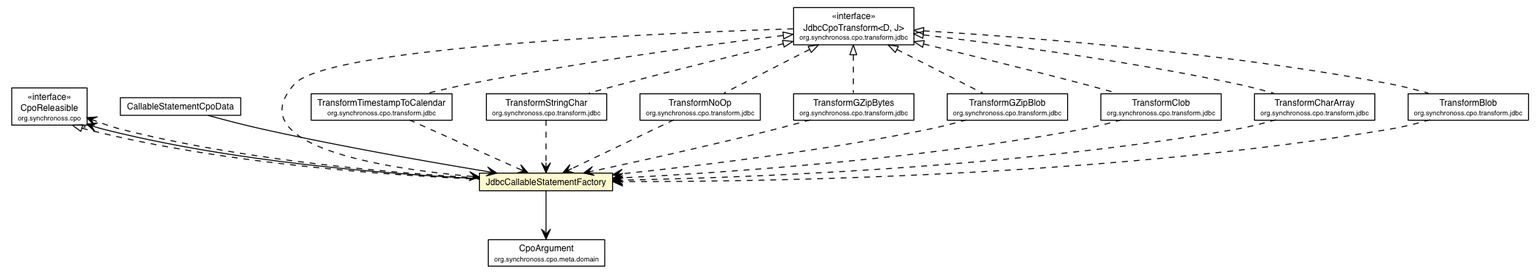
synchronoss/cpo-api keeps this Graphviz diagram as site/apidocs/org/synchronoss/cpo/jdbc/JdbcCallableStatementFactory.png. Above is the earlier version. Its source is kept beside it as site/apidocs/org/synchronoss/cpo/jdbc/JdbcCallableStatementFactory.dot. Its diagram source:
```dot

digraph G {
	edge [fontname="Helvetica",fontsize=10,labelfontname="Helvetica",labelfontsize=10];
	node [fontname="Helvetica",fontsize=10,shape=plaintext];
	c34918 [label=<<table border="0" cellborder="1" cellspacing="0" cellpadding="2" port="p" href="../CpoReleasible.html">
		<tr><td><table border="0" cellspacing="0" cellpadding="1">
			<tr><td> &laquo;interface&raquo; </td></tr>
			<tr><td> CpoReleasible </td></tr>
			<tr><td><font point-size="7.0"> org.synchronoss.cpo </font></td></tr>
		</table></td></tr>
		</table>>, fontname="Helvetica", fontcolor="black", fontsize=9.0];
	c34968 [label=<<table border="0" cellborder="1" cellspacing="0" cellpadding="2" port="p" href="../meta/domain/CpoArgument.html">
		<tr><td><table border="0" cellspacing="0" cellpadding="1">
			<tr><td> CpoArgument </td></tr>
			<tr><td><font point-size="7.0"> org.synchronoss.cpo.meta.domain </font></td></tr>
		</table></td></tr>
		</table>>, fontname="Helvetica", fontcolor="black", fontsize=9.0];
	c35033 [label=<<table border="0" cellborder="1" cellspacing="0" cellpadding="2" port="p" bgcolor="lemonChiffon" href="./JdbcCallableStatementFactory.html">
		<tr><td><table border="0" cellspacing="0" cellpadding="1">
			<tr><td> JdbcCallableStatementFactory </td></tr>
		</table></td></tr>
		</table>>, fontname="Helvetica", fontcolor="black", fontsize=9.0];
	c35036 [label=<<table border="0" cellborder="1" cellspacing="0" cellpadding="2" port="p" href="./CallableStatementCpoData.html">
		<tr><td><table border="0" cellspacing="0" cellpadding="1">
			<tr><td> CallableStatementCpoData </td></tr>
		</table></td></tr>
		</table>>, fontname="Helvetica", fontcolor="black", fontsize=9.0];
	c35045 [label=<<table border="0" cellborder="1" cellspacing="0" cellpadding="2" port="p" href="../transform/jdbc/TransformTimestampToCalendar.html">
		<tr><td><table border="0" cellspacing="0" cellpadding="1">
			<tr><td> TransformTimestampToCalendar </td></tr>
			<tr><td><font point-size="7.0"> org.synchronoss.cpo.transform.jdbc </font></td></tr>
		</table></td></tr>
		</table>>, fontname="Helvetica", fontcolor="black", fontsize=9.0];
	c35046 [label=<<table border="0" cellborder="1" cellspacing="0" cellpadding="2" port="p" href="../transform/jdbc/TransformStringChar.html">
		<tr><td><table border="0" cellspacing="0" cellpadding="1">
			<tr><td> TransformStringChar </td></tr>
			<tr><td><font point-size="7.0"> org.synchronoss.cpo.transform.jdbc </font></td></tr>
		</table></td></tr>
		</table>>, fontname="Helvetica", fontcolor="black", fontsize=9.0];
	c35047 [label=<<table border="0" cellborder="1" cellspacing="0" cellpadding="2" port="p" href="../transform/jdbc/TransformNoOp.html">
		<tr><td><table border="0" cellspacing="0" cellpadding="1">
			<tr><td> TransformNoOp </td></tr>
			<tr><td><font point-size="7.0"> org.synchronoss.cpo.transform.jdbc </font></td></tr>
		</table></td></tr>
		</table>>, fontname="Helvetica", fontcolor="black", fontsize=9.0];
	c35048 [label=<<table border="0" cellborder="1" cellspacing="0" cellpadding="2" port="p" href="../transform/jdbc/TransformGZipBytes.html">
		<tr><td><table border="0" cellspacing="0" cellpadding="1">
			<tr><td> TransformGZipBytes </td></tr>
			<tr><td><font point-size="7.0"> org.synchronoss.cpo.transform.jdbc </font></td></tr>
		</table></td></tr>
		</table>>, fontname="Helvetica", fontcolor="black", fontsize=9.0];
	c35049 [label=<<table border="0" cellborder="1" cellspacing="0" cellpadding="2" port="p" href="../transform/jdbc/TransformGZipBlob.html">
		<tr><td><table border="0" cellspacing="0" cellpadding="1">
			<tr><td> TransformGZipBlob </td></tr>
			<tr><td><font point-size="7.0"> org.synchronoss.cpo.transform.jdbc </font></td></tr>
		</table></td></tr>
		</table>>, fontname="Helvetica", fontcolor="black", fontsize=9.0];
	c35050 [label=<<table border="0" cellborder="1" cellspacing="0" cellpadding="2" port="p" href="../transform/jdbc/TransformClob.html">
		<tr><td><table border="0" cellspacing="0" cellpadding="1">
			<tr><td> TransformClob </td></tr>
			<tr><td><font point-size="7.0"> org.synchronoss.cpo.transform.jdbc </font></td></tr>
		</table></td></tr>
		</table>>, fontname="Helvetica", fontcolor="black", fontsize=9.0];
	c35051 [label=<<table border="0" cellborder="1" cellspacing="0" cellpadding="2" port="p" href="../transform/jdbc/TransformCharArray.html">
		<tr><td><table border="0" cellspacing="0" cellpadding="1">
			<tr><td> TransformCharArray </td></tr>
			<tr><td><font point-size="7.0"> org.synchronoss.cpo.transform.jdbc </font></td></tr>
		</table></td></tr>
		</table>>, fontname="Helvetica", fontcolor="black", fontsize=9.0];
	c35052 [label=<<table border="0" cellborder="1" cellspacing="0" cellpadding="2" port="p" href="../transform/jdbc/TransformBlob.html">
		<tr><td><table border="0" cellspacing="0" cellpadding="1">
			<tr><td> TransformBlob </td></tr>
			<tr><td><font point-size="7.0"> org.synchronoss.cpo.transform.jdbc </font></td></tr>
		</table></td></tr>
		</table>>, fontname="Helvetica", fontcolor="black", fontsize=9.0];
	c35055 [label=<<table border="0" cellborder="1" cellspacing="0" cellpadding="2" port="p" href="../transform/jdbc/JdbcCpoTransform.html">
		<tr><td><table border="0" cellspacing="0" cellpadding="1">
			<tr><td> &laquo;interface&raquo; </td></tr>
			<tr><td> JdbcCpoTransform&lt;D, J&gt; </td></tr>
			<tr><td><font point-size="7.0"> org.synchronoss.cpo.transform.jdbc </font></td></tr>
		</table></td></tr>
		</table>>, fontname="Helvetica", fontcolor="black", fontsize=9.0];
	c34918:p -> c35033:p [dir=back,arrowtail=empty,style=dashed];
	c35055:p -> c35045:p [dir=back,arrowtail=empty,style=dashed];
	c35055:p -> c35046:p [dir=back,arrowtail=empty,style=dashed];
	c35055:p -> c35047:p [dir=back,arrowtail=empty,style=dashed];
	c35055:p -> c35048:p [dir=back,arrowtail=empty,style=dashed];
	c35055:p -> c35049:p [dir=back,arrowtail=empty,style=dashed];
	c35055:p -> c35050:p [dir=back,arrowtail=empty,style=dashed];
	c35055:p -> c35051:p [dir=back,arrowtail=empty,style=dashed];
	c35055:p -> c35052:p [dir=back,arrowtail=empty,style=dashed];
	c35033:p -> c34918:p [taillabel="", label="", headlabel="*", fontname="Helvetica", fontcolor="black", fontsize=10.0, color="black", arrowhead=open];
	c35033:p -> c34968:p [taillabel="", label="", headlabel="*", fontname="Helvetica", fontcolor="black", fontsize=10.0, color="black", arrowhead=open];
	c35036:p -> c35033:p [taillabel="", label="", headlabel="", fontname="Helvetica", fontcolor="black", fontsize=10.0, color="black", arrowhead=open];
	c35033:p -> c34918:p [taillabel="", label="", headlabel="", fontname="Helvetica", fontcolor="black", fontsize=10.0, color="black", arrowhead=open, style=dashed];
	c35045:p -> c35033:p [taillabel="", label="", headlabel="", fontname="Helvetica", fontcolor="black", fontsize=10.0, color="black", arrowhead=open, style=dashed];
	c35046:p -> c35033:p [taillabel="", label="", headlabel="", fontname="Helvetica", fontcolor="black", fontsize=10.0, color="black", arrowhead=open, style=dashed];
	c35047:p -> c35033:p [taillabel="", label="", headlabel="", fontname="Helvetica", fontcolor="black", fontsize=10.0, color="black", arrowhead=open, style=dashed];
	c35048:p -> c35033:p [taillabel="", label="", headlabel="", fontname="Helvetica", fontcolor="black", fontsize=10.0, color="black", arrowhead=open, style=dashed];
	c35049:p -> c35033:p [taillabel="", label="", headlabel="", fontname="Helvetica", fontcolor="black", fontsize=10.0, color="black", arrowhead=open, style=dashed];
	c35050:p -> c35033:p [taillabel="", label="", headlabel="", fontname="Helvetica", fontcolor="black", fontsize=10.0, color="black", arrowhead=open, style=dashed];
	c35051:p -> c35033:p [taillabel="", label="", headlabel="", fontname="Helvetica", fontcolor="black", fontsize=10.0, color="black", arrowhead=open, style=dashed];
	c35052:p -> c35033:p [taillabel="", label="", headlabel="", fontname="Helvetica", fontcolor="black", fontsize=10.0, color="black", arrowhead=open, style=dashed];
	c35055:p -> c35033:p [taillabel="", label="", headlabel="", fontname="Helvetica", fontcolor="black", fontsize=10.0, color="black", arrowhead=open, style=dashed];
}
```
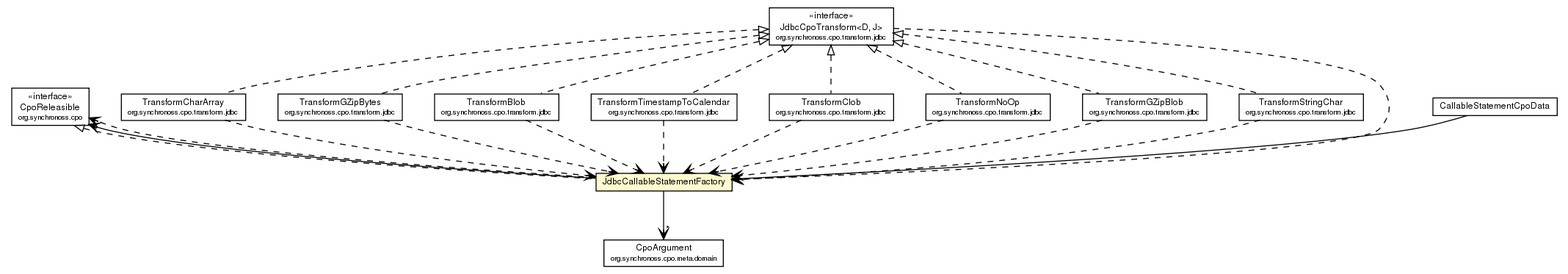
After the commit.

What changed in the source:
```diff
@@ -2,104 +2,104 @@
 digraph G {
 	edge [fontname="Helvetica",fontsize=10,labelfontname="Helvetica",labelfontsize=10];
 	node [fontname="Helvetica",fontsize=10,shape=plaintext];
-	c34918 [label=<<table border="0" cellborder="1" cellspacing="0" cellpadding="2" port="p" href="../CpoReleasible.html">
+	c38146 [label=<<table border="0" cellborder="1" cellspacing="0" cellpadding="2" port="p" href="../CpoReleasible.html">
 		<tr><td><table border="0" cellspacing="0" cellpadding="1">
 			<tr><td> &laquo;interface&raquo; </td></tr>
 			<tr><td> CpoReleasible </td></tr>
 			<tr><td><font point-size="7.0"> org.synchronoss.cpo </font></td></tr>
 		</table></td></tr>
 		</table>>, fontname="Helvetica", fontcolor="black", fontsize=9.0];
-	c34968 [label=<<table border="0" cellborder="1" cellspacing="0" cellpadding="2" port="p" href="../meta/domain/CpoArgument.html">
+	c38172 [label=<<table border="0" cellborder="1" cellspacing="0" cellpadding="2" port="p" href="../meta/domain/CpoArgument.html">
 		<tr><td><table border="0" cellspacing="0" cellpadding="1">
 			<tr><td> CpoArgument </td></tr>
 			<tr><td><font point-size="7.0"> org.synchronoss.cpo.meta.domain </font></td></tr>
 		</table></td></tr>
 		</table>>, fontname="Helvetica", fontcolor="black", fontsize=9.0];
-	c35033 [label=<<table border="0" cellborder="1" cellspacing="0" cellpadding="2" port="p" bgcolor="lemonChiffon" href="./JdbcCallableStatementFactory.html">
+	c38239 [label=<<table border="0" cellborder="1" cellspacing="0" cellpadding="2" port="p" href="../transform/jdbc/TransformCharArray.html">
 		<tr><td><table border="0" cellspacing="0" cellpadding="1">
-			<tr><td> JdbcCallableStatementFactory </td></tr>
-		</table></td></tr>
-		</table>>, fontname="Helvetica", fontcolor="black", fontsize=9.0];
-	c35036 [label=<<table border="0" cellborder="1" cellspacing="0" cellpadding="2" port="p" href="./CallableStatementCpoData.html">
-		<tr><td><table border="0" cellspacing="0" cellpadding="1">
-			<tr><td> CallableStatementCpoData </td></tr>
-		</table></td></tr>
-		</table>>, fontname="Helvetica", fontcolor="black", fontsize=9.0];
-	c35045 [label=<<table border="0" cellborder="1" cellspacing="0" cellpadding="2" port="p" href="../transform/jdbc/TransformTimestampToCalendar.html">
-		<tr><td><table border="0" cellspacing="0" cellpadding="1">
-			<tr><td> TransformTimestampToCalendar </td></tr>
+			<tr><td> TransformCharArray </td></tr>
 			<tr><td><font point-size="7.0"> org.synchronoss.cpo.transform.jdbc </font></td></tr>
 		</table></td></tr>
 		</table>>, fontname="Helvetica", fontcolor="black", fontsize=9.0];
-	c35046 [label=<<table border="0" cellborder="1" cellspacing="0" cellpadding="2" port="p" href="../transform/jdbc/TransformStringChar.html">
-		<tr><td><table border="0" cellspacing="0" cellpadding="1">
-			<tr><td> TransformStringChar </td></tr>
-			<tr><td><font point-size="7.0"> org.synchronoss.cpo.transform.jdbc </font></td></tr>
-		</table></td></tr>
-		</table>>, fontname="Helvetica", fontcolor="black", fontsize=9.0];
-	c35047 [label=<<table border="0" cellborder="1" cellspacing="0" cellpadding="2" port="p" href="../transform/jdbc/TransformNoOp.html">
-		<tr><td><table border="0" cellspacing="0" cellpadding="1">
-			<tr><td> TransformNoOp </td></tr>
-			<tr><td><font point-size="7.0"> org.synchronoss.cpo.transform.jdbc </font></td></tr>
-		</table></td></tr>
-		</table>>, fontname="Helvetica", fontcolor="black", fontsize=9.0];
-	c35048 [label=<<table border="0" cellborder="1" cellspacing="0" cellpadding="2" port="p" href="../transform/jdbc/TransformGZipBytes.html">
+	c38240 [label=<<table border="0" cellborder="1" cellspacing="0" cellpadding="2" port="p" href="../transform/jdbc/TransformGZipBytes.html">
 		<tr><td><table border="0" cellspacing="0" cellpadding="1">
 			<tr><td> TransformGZipBytes </td></tr>
 			<tr><td><font point-size="7.0"> org.synchronoss.cpo.transform.jdbc </font></td></tr>
 		</table></td></tr>
 		</table>>, fontname="Helvetica", fontcolor="black", fontsize=9.0];
-	c35049 [label=<<table border="0" cellborder="1" cellspacing="0" cellpadding="2" port="p" href="../transform/jdbc/TransformGZipBlob.html">
-		<tr><td><table border="0" cellspacing="0" cellpadding="1">
-			<tr><td> TransformGZipBlob </td></tr>
-			<tr><td><font point-size="7.0"> org.synchronoss.cpo.transform.jdbc </font></td></tr>
-		</table></td></tr>
-		</table>>, fontname="Helvetica", fontcolor="black", fontsize=9.0];
-	c35050 [label=<<table border="0" cellborder="1" cellspacing="0" cellpadding="2" port="p" href="../transform/jdbc/TransformClob.html">
-		<tr><td><table border="0" cellspacing="0" cellpadding="1">
-			<tr><td> TransformClob </td></tr>
-			<tr><td><font point-size="7.0"> org.synchronoss.cpo.transform.jdbc </font></td></tr>
-		</table></td></tr>
-		</table>>, fontname="Helvetica", fontcolor="black", fontsize=9.0];
-	c35051 [label=<<table border="0" cellborder="1" cellspacing="0" cellpadding="2" port="p" href="../transform/jdbc/TransformCharArray.html">
-		<tr><td><table border="0" cellspacing="0" cellpadding="1">
-			<tr><td> TransformCharArray </td></tr>
-			<tr><td><font point-size="7.0"> org.synchronoss.cpo.transform.jdbc </font></td></tr>
-		</table></td></tr>
-		</table>>, fontname="Helvetica", fontcolor="black", fontsize=9.0];
-	c35052 [label=<<table border="0" cellborder="1" cellspacing="0" cellpadding="2" port="p" href="../transform/jdbc/TransformBlob.html">
-		<tr><td><table border="0" cellspacing="0" cellpadding="1">
-			<tr><td> TransformBlob </td></tr>
-			<tr><td><font point-size="7.0"> org.synchronoss.cpo.transform.jdbc </font></td></tr>
-		</table></td></tr>
-		</table>>, fontname="Helvetica", fontcolor="black", fontsize=9.0];
-	c35055 [label=<<table border="0" cellborder="1" cellspacing="0" cellpadding="2" port="p" href="../transform/jdbc/JdbcCpoTransform.html">
+	c38241 [label=<<table border="0" cellborder="1" cellspacing="0" cellpadding="2" port="p" href="../transform/jdbc/JdbcCpoTransform.html">
 		<tr><td><table border="0" cellspacing="0" cellpadding="1">
 			<tr><td> &laquo;interface&raquo; </td></tr>
 			<tr><td> JdbcCpoTransform&lt;D, J&gt; </td></tr>
 			<tr><td><font point-size="7.0"> org.synchronoss.cpo.transform.jdbc </font></td></tr>
 		</table></td></tr>
 		</table>>, fontname="Helvetica", fontcolor="black", fontsize=9.0];
-	c34918:p -> c35033:p [dir=back,arrowtail=empty,style=dashed];
-	c35055:p -> c35045:p [dir=back,arrowtail=empty,style=dashed];
-	c35055:p -> c35046:p [dir=back,arrowtail=empty,style=dashed];
-	c35055:p -> c35047:p [dir=back,arrowtail=empty,style=dashed];
-	c35055:p -> c35048:p [dir=back,arrowtail=empty,style=dashed];
-	c35055:p -> c35049:p [dir=back,arrowtail=empty,style=dashed];
-	c35055:p -> c35050:p [dir=back,arrowtail=empty,style=dashed];
-	c35055:p -> c35051:p [dir=back,arrowtail=empty,style=dashed];
-	c35055:p -> c35052:p [dir=back,arrowtail=empty,style=dashed];
-	c35033:p -> c34918:p [taillabel="", label="", headlabel="*", fontname="Helvetica", fontcolor="black", fontsize=10.0, color="black", arrowhead=open];
-	c35033:p -> c34968:p [taillabel="", label="", headlabel="*", fontname="Helvetica", fontcolor="black", fontsize=10.0, color="black", arrowhead=open];
-	c35036:p -> c35033:p [taillabel="", label="", headlabel="", fontname="Helvetica", fontcolor="black", fontsize=10.0, color="black", arrowhead=open];
-	c35033:p -> c34918:p [taillabel="", label="", headlabel="", fontname="Helvetica", fontcolor="black", fontsize=10.0, color="black", arrowhead=open, style=dashed];
-	c35045:p -> c35033:p [taillabel="", label="", headlabel="", fontname="Helvetica", fontcolor="black", fontsize=10.0, color="black", arrowhead=open, style=dashed];
-	c35046:p -> c35033:p [taillabel="", label="", headlabel="", fontname="Helvetica", fontcolor="black", fontsize=10.0, color="black", arrowhead=open, style=dashed];
-	c35047:p -> c35033:p [taillabel="", label="", headlabel="", fontname="Helvetica", fontcolor="black", fontsize=10.0, color="black", arrowhead=open, style=dashed];
-	c35048:p -> c35033:p [taillabel="", label="", headlabel="", fontname="Helvetica", fontcolor="black", fontsize=10.0, color="black", arrowhead=open, style=dashed];
-	c35049:p -> c35033:p [taillabel="", label="", headlabel="", fontname="Helvetica", fontcolor="black", fontsize=10.0, color="black", arrowhead=open, style=dashed];
-	c35050:p -> c35033:p [taillabel="", label="", headlabel="", fontname="Helvetica", fontcolor="black", fontsize=10.0, color="black", arrowhead=open, style=dashed];
-	c35051:p -> c35033:p [taillabel="", label="", headlabel="", fontname="Helvetica", fontcolor="black", fontsize=10.0, color="black", arrowhead=open, style=dashed];
-	c35052:p -> c35033:p [taillabel="", label="", headlabel="", fontname="Helvetica", fontcolor="black", fontsize=10.0, color="black", arrowhead=open, style=dashed];
-	c35055:p -> c35033:p [taillabel="", label="", headlabel="", fontname="Helvetica", fontcolor="black", fontsize=10.0, color="black", arrowhead=open, style=dashed];
+	c38242 [label=<<table border="0" cellborder="1" cellspacing="0" cellpadding="2" port="p" href="../transform/jdbc/TransformBlob.html">
+		<tr><td><table border="0" cellspacing="0" cellpadding="1">
+			<tr><td> TransformBlob </td></tr>
+			<tr><td><font point-size="7.0"> org.synchronoss.cpo.transform.jdbc </font></td></tr>
+		</table></td></tr>
+		</table>>, fontname="Helvetica", fontcolor="black", fontsize=9.0];
+	c38243 [label=<<table border="0" cellborder="1" cellspacing="0" cellpadding="2" port="p" href="../transform/jdbc/TransformTimestampToCalendar.html">
+		<tr><td><table border="0" cellspacing="0" cellpadding="1">
+			<tr><td> TransformTimestampToCalendar </td></tr>
+			<tr><td><font point-size="7.0"> org.synchronoss.cpo.transform.jdbc </font></td></tr>
+		</table></td></tr>
+		</table>>, fontname="Helvetica", fontcolor="black", fontsize=9.0];
+	c38244 [label=<<table border="0" cellborder="1" cellspacing="0" cellpadding="2" port="p" href="../transform/jdbc/TransformClob.html">
+		<tr><td><table border="0" cellspacing="0" cellpadding="1">
+			<tr><td> TransformClob </td></tr>
+			<tr><td><font point-size="7.0"> org.synchronoss.cpo.transform.jdbc </font></td></tr>
+		</table></td></tr>
+		</table>>, fontname="Helvetica", fontcolor="black", fontsize=9.0];
+	c38245 [label=<<table border="0" cellborder="1" cellspacing="0" cellpadding="2" port="p" href="../transform/jdbc/TransformNoOp.html">
+		<tr><td><table border="0" cellspacing="0" cellpadding="1">
+			<tr><td> TransformNoOp </td></tr>
+			<tr><td><font point-size="7.0"> org.synchronoss.cpo.transform.jdbc </font></td></tr>
+		</table></td></tr>
+		</table>>, fontname="Helvetica", fontcolor="black", fontsize=9.0];
+	c38246 [label=<<table border="0" cellborder="1" cellspacing="0" cellpadding="2" port="p" href="../transform/jdbc/TransformGZipBlob.html">
+		<tr><td><table border="0" cellspacing="0" cellpadding="1">
+			<tr><td> TransformGZipBlob </td></tr>
+			<tr><td><font point-size="7.0"> org.synchronoss.cpo.transform.jdbc </font></td></tr>
+		</table></td></tr>
+		</table>>, fontname="Helvetica", fontcolor="black", fontsize=9.0];
+	c38247 [label=<<table border="0" cellborder="1" cellspacing="0" cellpadding="2" port="p" href="../transform/jdbc/TransformStringChar.html">
+		<tr><td><table border="0" cellspacing="0" cellpadding="1">
+			<tr><td> TransformStringChar </td></tr>
+			<tr><td><font point-size="7.0"> org.synchronoss.cpo.transform.jdbc </font></td></tr>
+		</table></td></tr>
+		</table>>, fontname="Helvetica", fontcolor="black", fontsize=9.0];
+	c38251 [label=<<table border="0" cellborder="1" cellspacing="0" cellpadding="2" port="p" href="./CallableStatementCpoData.html">
+		<tr><td><table border="0" cellspacing="0" cellpadding="1">
+			<tr><td> CallableStatementCpoData </td></tr>
+		</table></td></tr>
+		</table>>, fontname="Helvetica", fontcolor="black", fontsize=9.0];
+	c38260 [label=<<table border="0" cellborder="1" cellspacing="0" cellpadding="2" port="p" bgcolor="lemonChiffon" href="./JdbcCallableStatementFactory.html">
+		<tr><td><table border="0" cellspacing="0" cellpadding="1">
+			<tr><td> JdbcCallableStatementFactory </td></tr>
+		</table></td></tr>
+		</table>>, fontname="Helvetica", fontcolor="black", fontsize=9.0];
+	c38241:p -> c38239:p [dir=back,arrowtail=empty,style=dashed];
+	c38241:p -> c38240:p [dir=back,arrowtail=empty,style=dashed];
+	c38241:p -> c38242:p [dir=back,arrowtail=empty,style=dashed];
+	c38241:p -> c38243:p [dir=back,arrowtail=empty,style=dashed];
+	c38241:p -> c38244:p [dir=back,arrowtail=empty,style=dashed];
+	c38241:p -> c38245:p [dir=back,arrowtail=empty,style=dashed];
+	c38241:p -> c38246:p [dir=back,arrowtail=empty,style=dashed];
+	c38241:p -> c38247:p [dir=back,arrowtail=empty,style=dashed];
+	c38146:p -> c38260:p [dir=back,arrowtail=empty,style=dashed];
+	c38251:p -> c38260:p [taillabel="", label="", headlabel="", fontname="Helvetica", fontcolor="black", fontsize=10.0, color="black", arrowhead=open];
+	c38260:p -> c38146:p [taillabel="", label="", headlabel="*", fontname="Helvetica", fontcolor="black", fontsize=10.0, color="black", arrowhead=open];
+	c38260:p -> c38172:p [taillabel="", label="", headlabel="*", fontname="Helvetica", fontcolor="black", fontsize=10.0, color="black", arrowhead=open];
+	c38239:p -> c38260:p [taillabel="", label="", headlabel="", fontname="Helvetica", fontcolor="black", fontsize=10.0, color="black", arrowhead=open, style=dashed];
+	c38240:p -> c38260:p [taillabel="", label="", headlabel="", fontname="Helvetica", fontcolor="black", fontsize=10.0, color="black", arrowhead=open, style=dashed];
+	c38241:p -> c38260:p [taillabel="", label="", headlabel="", fontname="Helvetica", fontcolor="black", fontsize=10.0, color="black", arrowhead=open, style=dashed];
+	c38242:p -> c38260:p [taillabel="", label="", headlabel="", fontname="Helvetica", fontcolor="black", fontsize=10.0, color="black", arrowhead=open, style=dashed];
+	c38243:p -> c38260:p [taillabel="", label="", headlabel="", fontname="Helvetica", fontcolor="black", fontsize=10.0, color="black", arrowhead=open, style=dashed];
+	c38244:p -> c38260:p [taillabel="", label="", headlabel="", fontname="Helvetica", fontcolor="black", fontsize=10.0, color="black", arrowhead=open, style=dashed];
+	c38245:p -> c38260:p [taillabel="", label="", headlabel="", fontname="Helvetica", fontcolor="black", fontsize=10.0, color="black", arrowhead=open, style=dashed];
+	c38246:p -> c38260:p [taillabel="", label="", headlabel="", fontname="Helvetica", fontcolor="black", fontsize=10.0, color="black", arrowhead=open, style=dashed];
+	c38247:p -> c38260:p [taillabel="", label="", headlabel="", fontname="Helvetica", fontcolor="black", fontsize=10.0, color="black", arrowhead=open, style=dashed];
+	c38260:p -> c38146:p [taillabel="", label="", headlabel="", fontname="Helvetica", fontcolor="black", fontsize=10.0, color="black", arrowhead=open, style=dashed];
 }
```
